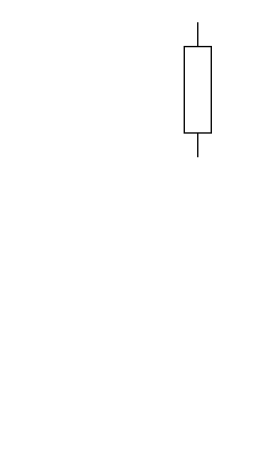
This is Circuit2LED.drawio from RivenHexagon/ElectronicsTutorial, a draw.io file, before an edit. Source tidied: cells renumbered, new cells numbered last; positions are measured from the earlier drawing's top-left corner, leaving out a move shared by most shapes. Both pictures are drawn from the tidied source at 135%, with x=0, y=0 at pixel (130, 76).
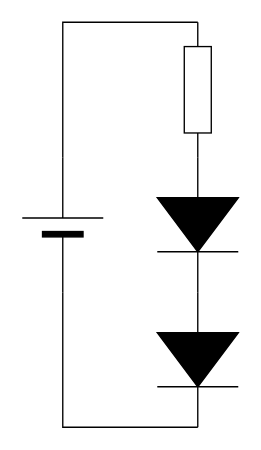
The same page after the edit.

What changed in the source:
```diff
@@
 <mxGraphModel>
   <root>
     <mxCell id="0" />
     <mxCell id="1" parent="0" />
     <mxCell id="2" style="verticalLabelPosition=bottom;shadow=0;dashed=0;align=center;html=1;verticalAlign=top;shape=mxgraph.electrical.resistors.resistor_1;rotation=-90;" parent="1" vertex="1">
       <mxGeometry width="100" height="20" as="geometry" />
     </mxCell>
+    <mxCell id="3" style="fillColor=strokeColor;verticalLabelPosition=bottom;shadow=0;dashed=0;align=center;html=1;verticalAlign=top;shape=mxgraph.electrical.diodes.diode;rotation=90;" parent="1" vertex="1">
+      <mxGeometry y="80" width="100" height="60" as="geometry" />
+    </mxCell>
+    <mxCell id="4" style="fillColor=strokeColor;verticalLabelPosition=bottom;shadow=0;dashed=0;align=center;html=1;verticalAlign=top;shape=mxgraph.electrical.diodes.diode;rotation=90;" parent="1" vertex="1">
+      <mxGeometry y="180" width="100" height="60" as="geometry" />
+    </mxCell>
+    <mxCell id="5" style="verticalLabelPosition=bottom;shadow=0;dashed=0;align=center;fillColor=strokeColor;html=1;verticalAlign=top;strokeWidth=1;shape=mxgraph.electrical.miscellaneous.monocell_battery;rotation=-90;" parent="1" vertex="1">
+      <mxGeometry x="-100" y="80" width="100" height="60" as="geometry" />
+    </mxCell>
+    <mxCell id="6" style="endArrow=none;html=1;rounded=0;exitX=1;exitY=0.5;exitDx=0;exitDy=0;exitPerimeter=0;entryX=1;entryY=0.5;entryDx=0;entryDy=0;entryPerimeter=0;" parent="1" edge="1" source="2" target="5">
+      <mxGeometry relative="1" as="geometry">
+        <Array as="points">
+          <mxPoint x="-50" y="-40" />
+        </Array>
+      </mxGeometry>
+    </mxCell>
+    <mxCell id="7" style="endArrow=none;html=1;rounded=0;entryX=1;entryY=0.5;entryDx=0;entryDy=0;entryPerimeter=0;exitX=0;exitY=0.5;exitDx=0;exitDy=0;exitPerimeter=0;" parent="1" edge="1" source="5" target="4">
+      <mxGeometry relative="1" as="geometry">
+        <Array as="points">
+          <mxPoint x="-50" y="260" />
+        </Array>
+      </mxGeometry>
+    </mxCell>
   </root>
 </mxGraphModel>
```
